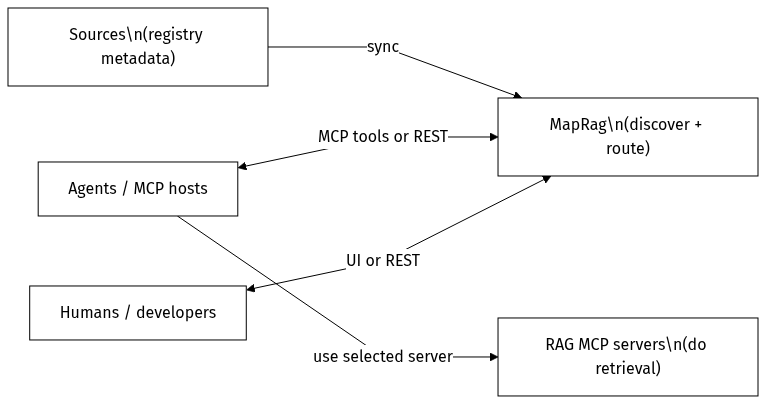
Earlier version of the Mermaid export docs/diagrams/ragmap-architecture.png (khalidsaidi/ragmap). Its source is kept beside it as docs/diagrams/ragmap-architecture.mmd.
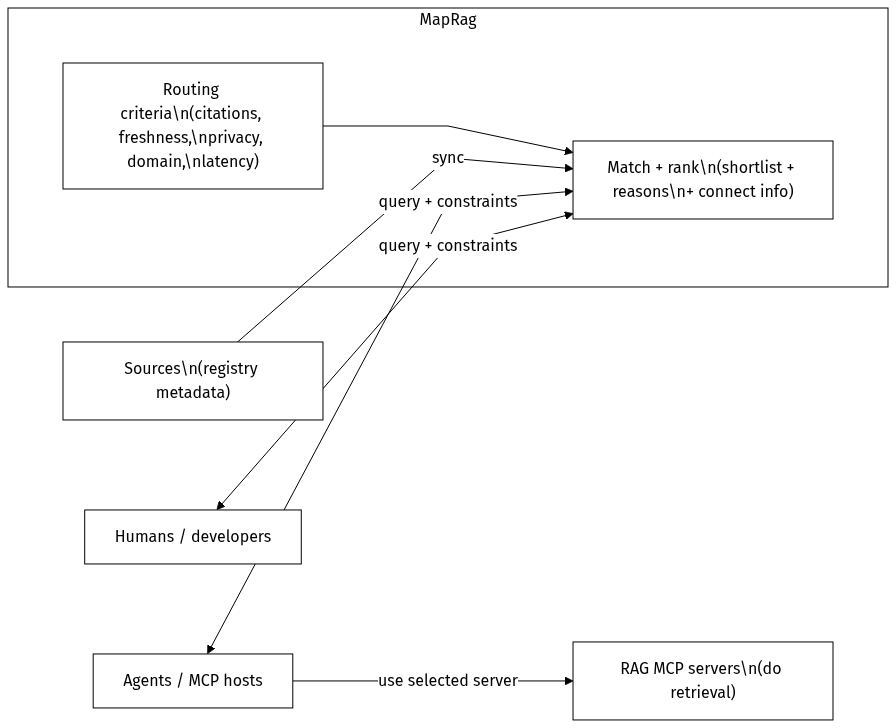
Later version of the same file.

Commit message:
Add routing criteria back to concept diagram

Change to the diagram source:
```diff
@@ -1,15 +1,21 @@
-%%{init: {"theme":"base","themeVariables":{"primaryColor":"#ffffff","primaryTextColor":"#000000","primaryBorderColor":"#000000","lineColor":"#000000","secondaryColor":"#ffffff","tertiaryColor":"#ffffff","clusterBkg":"#ffffff","clusterBorder":"#000000","edgeLabelBackground":"#ffffff"},"flowchart":{"curve":"linear","nodeSpacing":70,"rankSpacing":90}}}%%
+%%{init: {"theme":"base","themeVariables":{"primaryColor":"#ffffff","primaryTextColor":"#000000","primaryBorderColor":"#000000","lineColor":"#000000","secondaryColor":"#ffffff","tertiaryColor":"#ffffff","clusterBkg":"#ffffff","clusterBorder":"#000000","edgeLabelBackground":"#ffffff"},"flowchart":{"curve":"linear","nodeSpacing":90,"rankSpacing":110}}}%%
 flowchart LR
 
   classDef mono fill:#ffffff,stroke:#000000,color:#000000,stroke-width:1px;
 
   Sources["Sources\n(registry metadata)"]:::mono
-  MapRag["MapRag\n(discover + route)"]:::mono
   Agents["Agents / MCP hosts"]:::mono
   Humans["Humans / developers"]:::mono
   Retrieval["RAG MCP servers\n(do retrieval)"]:::mono
 
-  Sources -->|sync| MapRag
-  Agents <-->|MCP tools or REST| MapRag
-  Humans <-->|UI or REST| MapRag
+  subgraph MR["MapRag"]
+    direction TB
+    Criteria["Routing criteria\n(citations, freshness,\nprivacy, domain,\nlatency)"]:::mono
+    Engine["Match + rank\n(shortlist + reasons\n+ connect info)"]:::mono
+    Criteria --> Engine
+  end
+
+  Sources -->|sync| Engine
+  Agents <-->|query + constraints| Engine
+  Humans <-->|query + constraints| Engine
   Agents -->|use selected server| Retrieval
```
